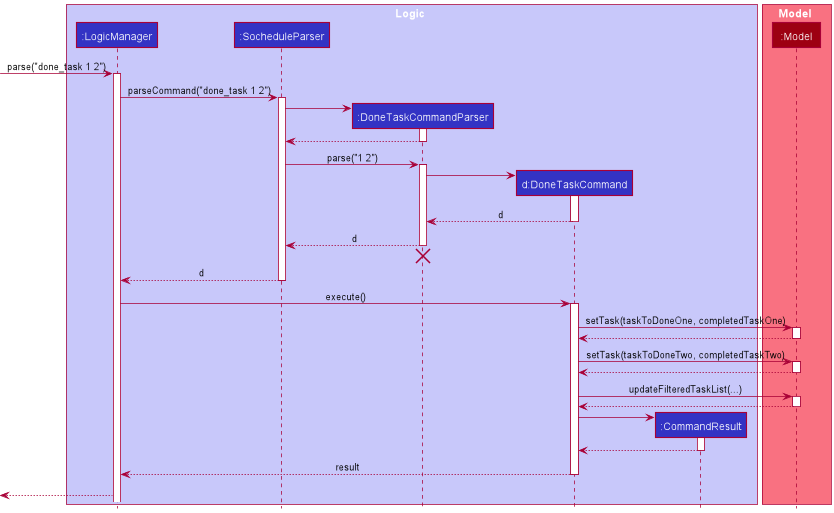
Above: docs/images/DoneTaskCommandSequenceDiagram.png in nus-cs2103-AY2021S2/tp (PlantUML), before the change.
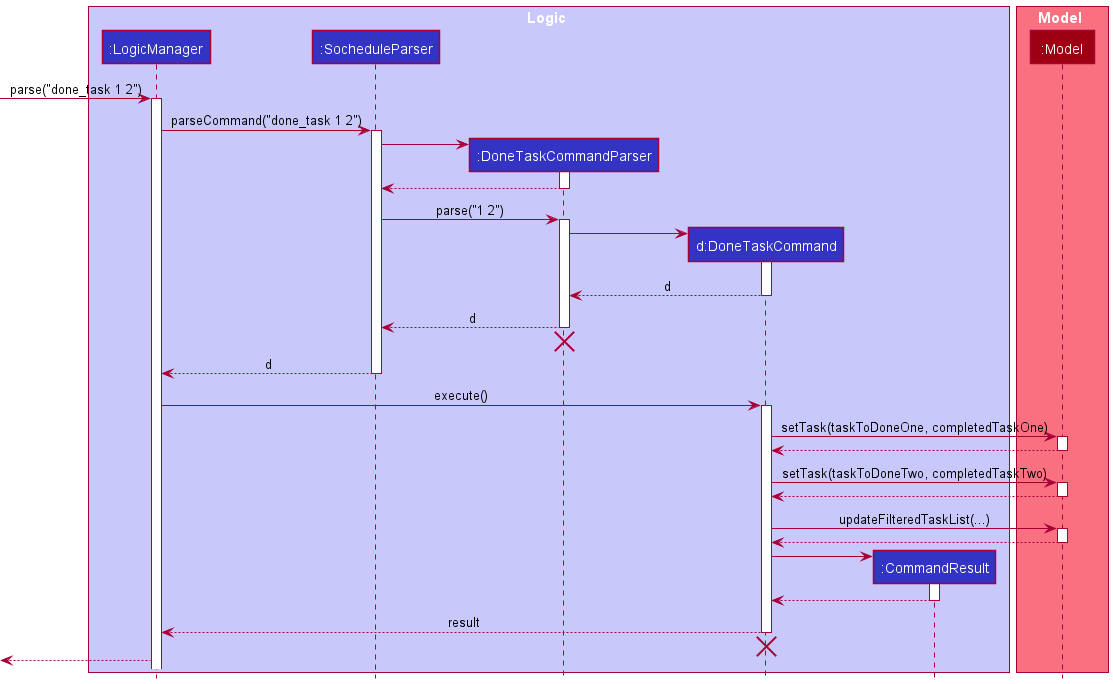
After the commit.

Diff of the diagram source:
```diff
@@ -69,6 +69,7 @@
 LogicManager <-- DoneTaskCommand: result
 deactivate DoneTaskCommand
 DoneTaskCommand -[hidden]->[
+destroy DoneTaskCommand
 
 [<-- LogicManager :
 @enduml
```
